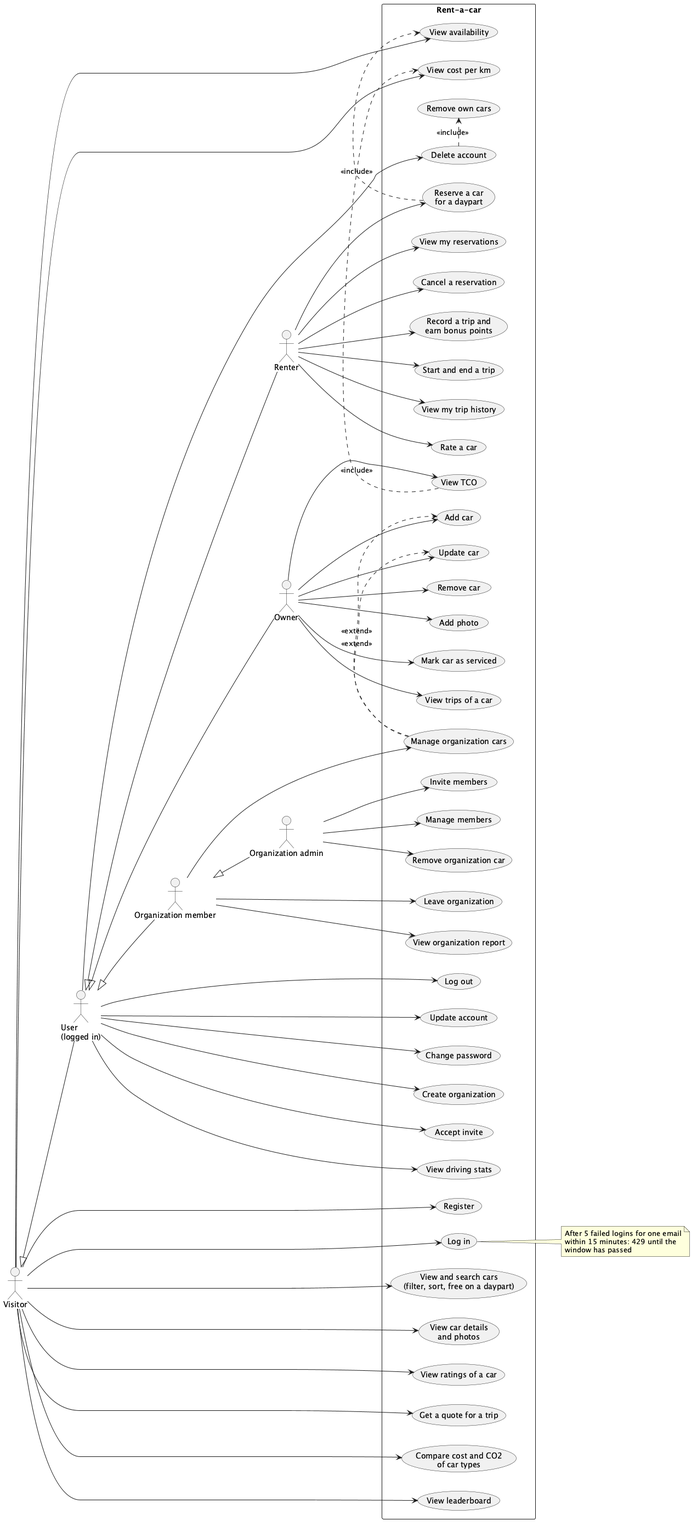
Earlier version of the PlantUML export docs/diagrams/use-cases.png (Rent-a-car-38291/rent-a-car).
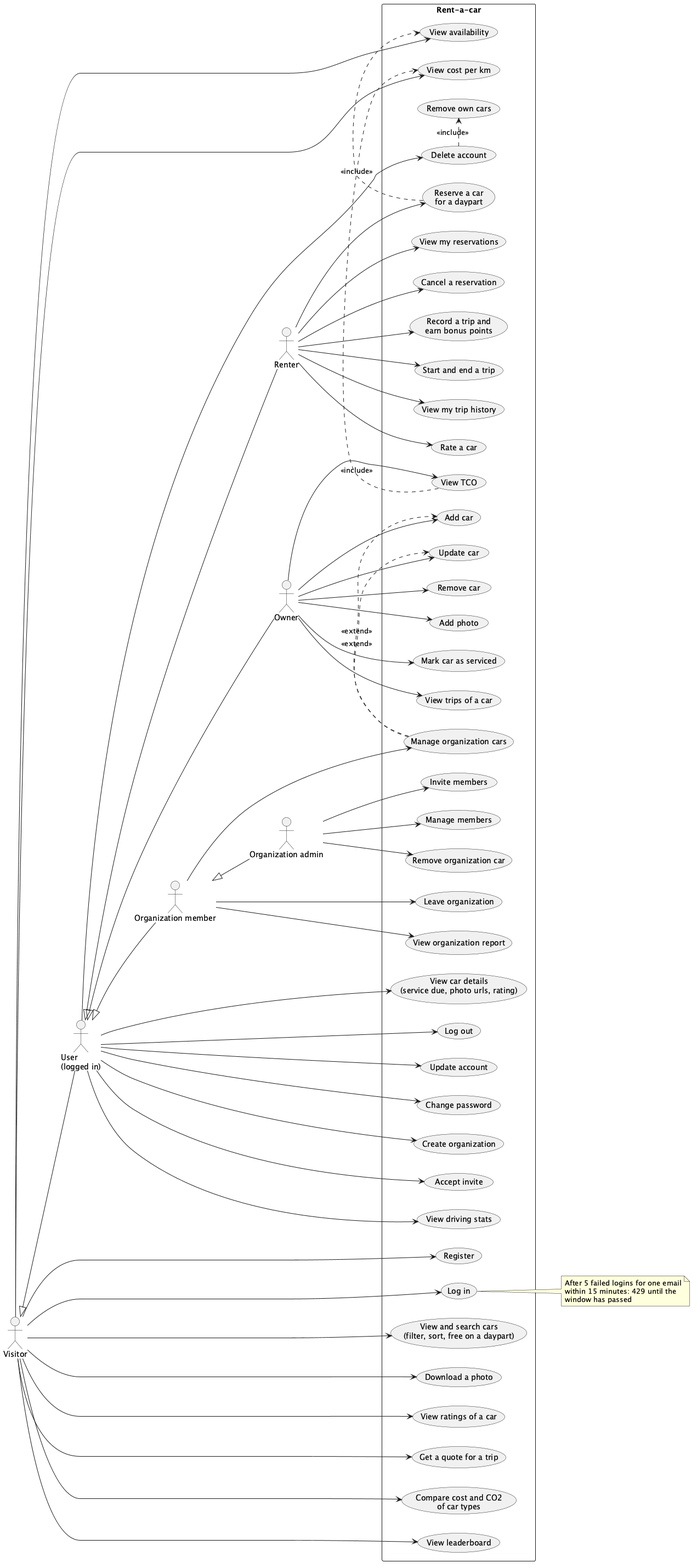
The same diagram one commit later.

Commit message:
Fix the order of the 400 in the member diagram and make car details a login use case

What changed in the source:
```diff
@@ -18,7 +18,8 @@
   usecase "Register" as UC_Register
   usecase "Log in" as UC_Login
   usecase "View and search cars\n(filter, sort, free on a daypart)" as UC_ViewCars
-  usecase "View car details\nand photos" as UC_Details
+  usecase "Download a photo" as UC_Download
+  usecase "View car details\n(service due, photo urls, rating)" as UC_Details
   usecase "View ratings of a car" as UC_Ratings
   usecase "View availability" as UC_Availability
   usecase "View cost per km" as UC_CostPerKm
@@ -62,7 +63,7 @@
 Visitor --> UC_Register
 Visitor --> UC_Login
 Visitor --> UC_ViewCars
-Visitor --> UC_Details
+Visitor --> UC_Download
 Visitor --> UC_Ratings
 Visitor --> UC_Availability
 Visitor --> UC_CostPerKm
@@ -71,6 +72,7 @@
 Visitor --> UC_Leaderboard
 note right of UC_Login : After 5 failed logins for one email\nwithin 15 minutes: 429 until the\nwindow has passed
 
+User --> UC_Details
 User --> UC_Logout
 User --> UC_UpdateAccount
 User --> UC_ChangePassword
```
